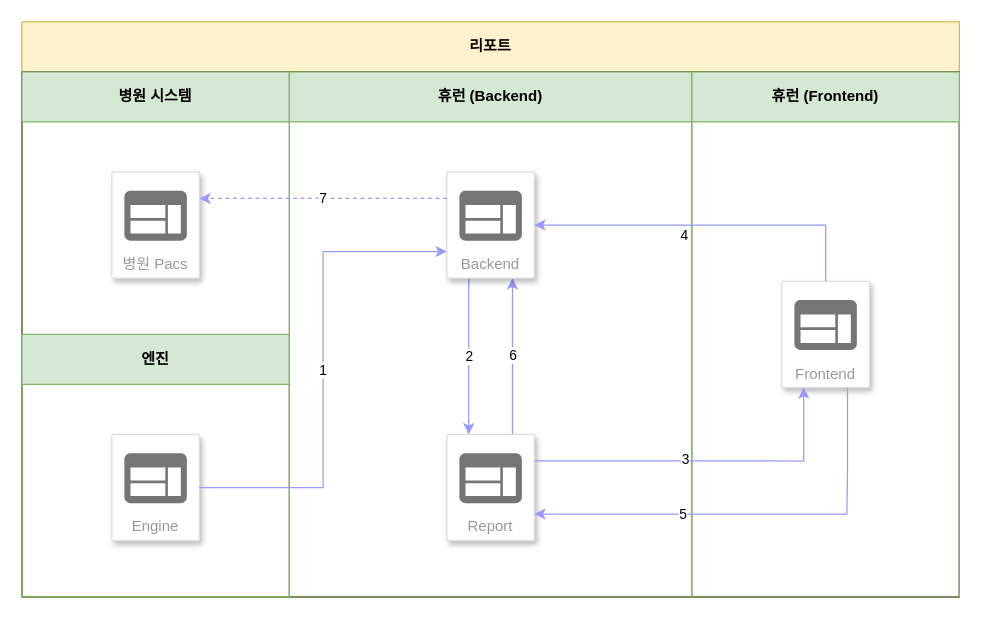
Earlier version of the draw.io diagram Untitled Diagram.drawio (junho-nam/drawio). Source tidied: cells renumbered, new cells numbered last; positions are measured from the earlier drawing's top-left corner, leaving out a move shared by most shapes. Both pictures are drawn from the tidied source at 125%, with x=0, y=0 at pixel (21, 21).
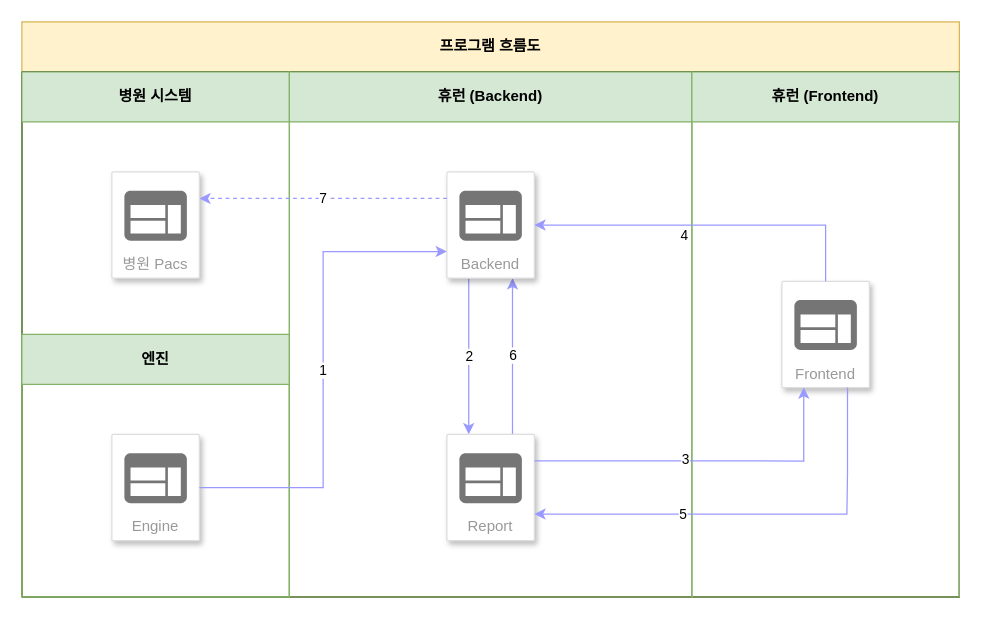
After the change.

Commit message:
Report 프로그램 흐름도

What changed in the source:
```diff
@@
-    <mxCell id="2" value="리포트" style="shape=table;childLayout=tableLayout;rowLines=0;columnLines=0;startSize=40;html=1;whiteSpace=wrap;fontStyle=1;fillColor=#fff2cc;strokeColor=#d6b656;" parent="1" vertex="1">
+    <mxCell id="2" value="프로그램 흐름도" style="shape=table;childLayout=tableLayout;rowLines=0;columnLines=0;startSize=40;html=1;whiteSpace=wrap;fontStyle=1;fillColor=#fff2cc;strokeColor=#d6b656;" parent="1" vertex="1">
       <mxGeometry width="750" height="460" as="geometry" />
     </mxCell>
```
